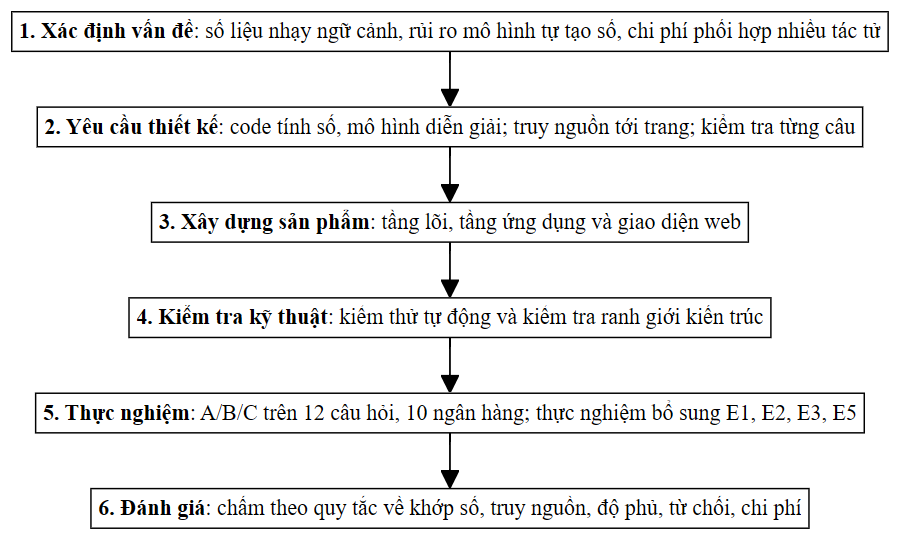
The Mermaid diagram docs/thesis-v2/figures/hinh-3-1-quy-trinh-dsr.png in thaicuong576/final-thesis, before a commit. Its source is kept beside it as docs/thesis-v2/figures/hinh-3-1-quy-trinh-dsr.mmd.
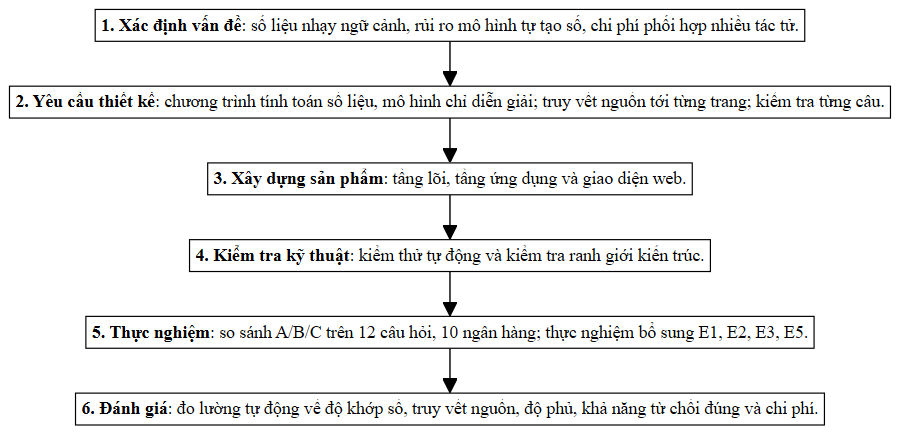
The same file after the commit.

Change to the diagram source:
```diff
@@ -1,8 +1,8 @@
 flowchart TB
-    S1["<b>1. Xác định vấn đề</b>: số liệu nhạy ngữ cảnh, rủi ro mô hình tự tạo số, chi phí phối hợp nhiều tác tử"]
-    S2["<b>2. Yêu cầu thiết kế</b>: code tính số, mô hình diễn giải; truy nguồn tới trang; kiểm tra từng câu"]
-    S3["<b>3. Xây dựng sản phẩm</b>: tầng lõi, tầng ứng dụng và giao diện web"]
-    S4["<b>4. Kiểm tra kỹ thuật</b>: kiểm thử tự động và kiểm tra ranh giới kiến trúc"]
-    S5["<b>5. Thực nghiệm</b>: A/B/C trên 12 câu hỏi, 10 ngân hàng; thực nghiệm bổ sung E1, E2, E3, E5"]
-    S6["<b>6. Đánh giá</b>: chấm theo quy tắc về khớp số, truy nguồn, độ phủ, từ chối, chi phí"]
+    S1["<b>1. Xác định vấn đề</b>: số liệu nhạy ngữ cảnh, rủi ro mô hình tự tạo số, chi phí phối hợp nhiều tác tử."]
+    S2["<b>2. Yêu cầu thiết kế</b>: chương trình tính toán số liệu, mô hình chỉ diễn giải; truy vết nguồn tới từng trang; kiểm tra từng câu."]
+    S3["<b>3. Xây dựng sản phẩm</b>: tầng lõi, tầng ứng dụng và giao diện web."]
+    S4["<b>4. Kiểm tra kỹ thuật</b>: kiểm thử tự động và kiểm tra ranh giới kiến trúc."]
+    S5["<b>5. Thực nghiệm</b>: so sánh A/B/C trên 12 câu hỏi, 10 ngân hàng; thực nghiệm bổ sung E1, E2, E3, E5."]
+    S6["<b>6. Đánh giá</b>: đo lường tự động về độ khớp số, truy vết nguồn, độ phủ, khả năng từ chối đúng và chi phí."]
     S1 --> S2 --> S3 --> S4 --> S5 --> S6
```
